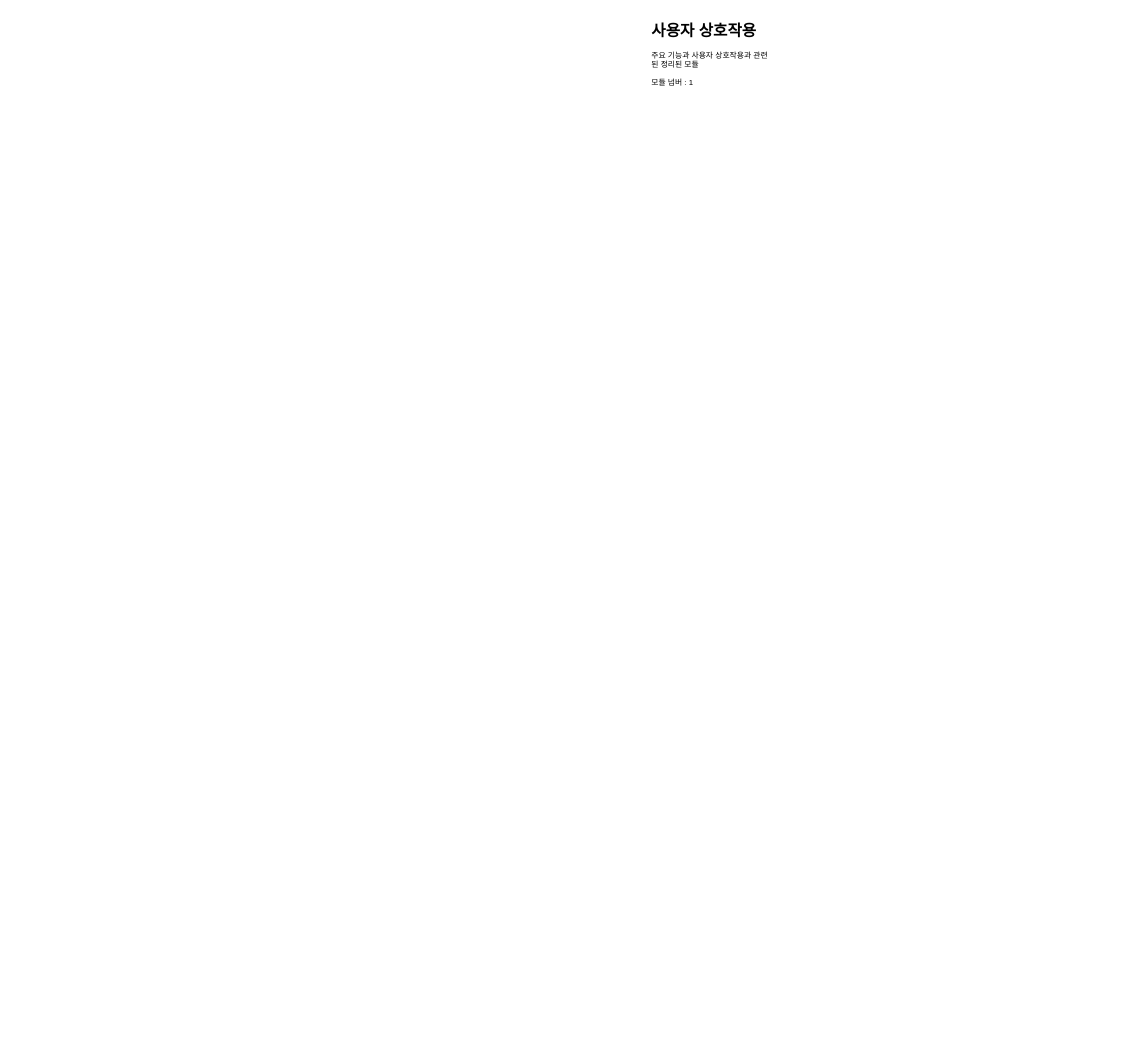
Before: 제목 없는 다이어그램.drawio in arisia-layla/1221, a draw.io diagram. Source tidied: cells renumbered, new cells numbered last; positions are measured from the earlier drawing's top-left corner, leaving out a move shared by most shapes. Both pictures are drawn from the tidied source at 65%, with x=0, y=0 at pixel (648, 18).
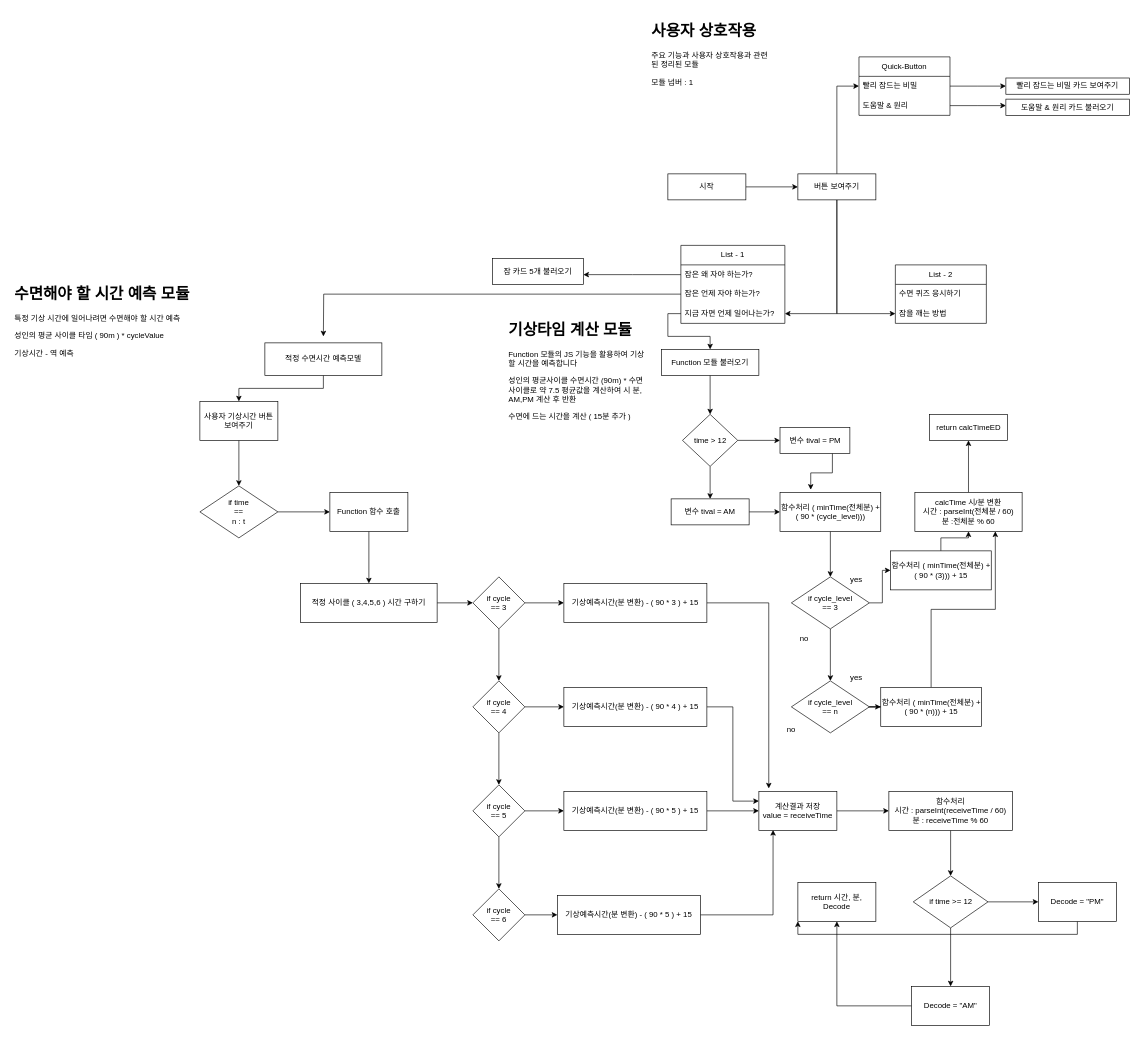
After the change.

Commit message (it also covers changes not shown here):
제목 없는 다이어그램.drawio 업데이트

The edit, as a diff of the source:
```diff
@@
+    <mxCell id="3" style="edgeStyle=orthogonalEdgeStyle;rounded=0;jettySize=auto;html=1;" parent="1" edge="1" source="4" target="22">
+      <mxGeometry relative="1" as="geometry" />
+    </mxCell>
+    <mxCell id="4" value="시작" style="rounded=0;whiteSpace=wrap;html=1;" parent="1" vertex="1">
+      <mxGeometry x="30" y="240" width="120" height="40" as="geometry" />
+    </mxCell>
+    <mxCell id="5" value="List - 1" style="swimlane;fontStyle=0;horizontal=1;startSize=30;whiteSpace=wrap;html=1;" parent="1" vertex="1">
+      <mxGeometry x="50" y="350" width="160" height="120" as="geometry" />
+    </mxCell>
+    <mxCell id="6" style="edgeStyle=orthogonalEdgeStyle;rounded=0;jettySize=auto;html=1;exitX=0;exitY=0.5;exitDx=0;exitDy=0;" parent="5" edge="1" source="7">
+      <mxGeometry relative="1" as="geometry">
+        <mxPoint x="-150" y="45" as="targetPoint" />
+      </mxGeometry>
+    </mxCell>
+    <mxCell id="7" value="잠은 왜 자야 하는가?" style="text;strokeColor=none;fillColor=none;align=left;verticalAlign=middle;spacingLeft=4;spacingRight=4;overflow=hidden;points=[[0,0.5],[1,0.5]];portConstraint=eastwest;whiteSpace=wrap;html=1;" parent="5" vertex="1">
+      <mxGeometry y="30" width="160" height="30" as="geometry" />
+    </mxCell>
+    <mxCell id="8" style="edgeStyle=orthogonalEdgeStyle;rounded=0;jettySize=auto;html=1;exitX=0;exitY=0.5;exitDx=0;exitDy=0;" parent="5" edge="1" source="9">
+      <mxGeometry relative="1" as="geometry">
+        <mxPoint x="-550" y="140" as="targetPoint" />
+      </mxGeometry>
+    </mxCell>
+    <mxCell id="9" value="잠은 언제 자야 하는가?" style="text;strokeColor=none;fillColor=none;align=left;verticalAlign=middle;spacingLeft=4;spacingRight=4;overflow=hidden;points=[[0,0.5],[1,0.5]];portConstraint=eastwest;whiteSpace=wrap;html=1;" parent="5" vertex="1">
+      <mxGeometry y="60" width="160" height="30" as="geometry" />
+    </mxCell>
+    <mxCell id="10" value="지금 자면 언제 일어나는가?" style="text;strokeColor=none;fillColor=none;align=left;verticalAlign=middle;spacingLeft=4;spacingRight=4;overflow=hidden;points=[[0,0.5],[1,0.5]];portConstraint=eastwest;whiteSpace=wrap;html=1;" parent="5" vertex="1">
+      <mxGeometry y="90" width="160" height="30" as="geometry" />
+    </mxCell>
+    <mxCell id="11" value="List - 2" style="swimlane;fontStyle=0;horizontal=1;startSize=30;whiteSpace=wrap;html=1;" parent="1" vertex="1">
+      <mxGeometry x="380" y="380" width="140" height="90" as="geometry" />
+    </mxCell>
+    <mxCell id="12" value="수면 퀴즈 응시하기" style="text;strokeColor=none;fillColor=none;align=left;verticalAlign=middle;spacingLeft=4;spacingRight=4;overflow=hidden;whiteSpace=wrap;html=1;" parent="11" vertex="1">
+      <mxGeometry y="30" width="140" height="30" as="geometry" />
+    </mxCell>
+    <mxCell id="13" value="잠을 깨는 방법" style="text;strokeColor=none;fillColor=none;align=left;verticalAlign=middle;spacingLeft=4;spacingRight=4;overflow=hidden;points=[[0,0.5],[1,0.5]];portConstraint=eastwest;whiteSpace=wrap;html=1;" parent="11" vertex="1">
+      <mxGeometry y="60" width="140" height="30" as="geometry" />
+    </mxCell>
+    <mxCell id="14" value="Quick-Button" style="swimlane;fontStyle=0;horizontal=1;startSize=30;whiteSpace=wrap;html=1;" parent="1" vertex="1">
+      <mxGeometry x="324" y="60" width="140" height="90" as="geometry" />
+    </mxCell>
+    <mxCell id="15" style="edgeStyle=orthogonalEdgeStyle;rounded=0;jettySize=auto;html=1;exitX=1;exitY=0.5;exitDx=0;exitDy=0;" parent="14" edge="1" source="16">
+      <mxGeometry relative="1" as="geometry">
+        <mxPoint x="226" y="45" as="targetPoint" />
+      </mxGeometry>
+    </mxCell>
+    <mxCell id="16" value="빨리 잠드는 비밀" style="text;strokeColor=none;fillColor=none;align=left;verticalAlign=middle;spacingLeft=4;spacingRight=4;overflow=hidden;points=[[0,0.5],[1,0.5]];portConstraint=eastwest;whiteSpace=wrap;html=1;" parent="14" vertex="1">
+      <mxGeometry y="30" width="140" height="30" as="geometry" />
+    </mxCell>
+    <mxCell id="17" style="edgeStyle=orthogonalEdgeStyle;rounded=0;jettySize=auto;html=1;exitX=1;exitY=0.5;exitDx=0;exitDy=0;" parent="14" edge="1" source="18">
+      <mxGeometry relative="1" as="geometry">
+        <mxPoint x="226" y="75" as="targetPoint" />
+      </mxGeometry>
+    </mxCell>
+    <mxCell id="18" value="도움말 &amp;amp; 원리" style="text;strokeColor=none;fillColor=none;align=left;verticalAlign=middle;spacingLeft=4;spacingRight=4;overflow=hidden;points=[[0,0.5],[1,0.5]];portConstraint=eastwest;whiteSpace=wrap;html=1;" parent="14" vertex="1">
+      <mxGeometry y="60" width="140" height="30" as="geometry" />
+    </mxCell>
+    <mxCell id="19" style="edgeStyle=orthogonalEdgeStyle;rounded=0;jettySize=auto;html=1;" parent="1" edge="1" source="22" target="10">
+      <mxGeometry relative="1" as="geometry" />
+    </mxCell>
+    <mxCell id="20" style="edgeStyle=orthogonalEdgeStyle;rounded=0;jettySize=auto;html=1;" parent="1" edge="1" source="22" target="13">
+      <mxGeometry relative="1" as="geometry" />
+    </mxCell>
+    <mxCell id="21" style="edgeStyle=orthogonalEdgeStyle;rounded=0;jettySize=auto;html=1;" parent="1" edge="1" source="22" target="16">
+      <mxGeometry relative="1" as="geometry" />
+    </mxCell>
+    <mxCell id="22" value="버튼 보여주기" style="rounded=0;whiteSpace=wrap;html=1;" parent="1" vertex="1">
+      <mxGeometry x="230" y="240" width="120" height="40" as="geometry" />
+    </mxCell>
+    <mxCell id="23" value="빨리 잠드는 비밀 카드 보여주기" style="rounded=0;whiteSpace=wrap;html=1;" parent="1" vertex="1">
+      <mxGeometry x="550" y="92.5" width="190" height="25" as="geometry" />
+    </mxCell>
+    <mxCell id="24" value="도움말 &amp;amp; 원리 카드 불러오기" style="rounded=0;whiteSpace=wrap;html=1;" parent="1" vertex="1">
+      <mxGeometry x="550" y="125" width="190" height="25" as="geometry" />
+    </mxCell>
+    <mxCell id="25" style="edgeStyle=orthogonalEdgeStyle;rounded=0;jettySize=auto;html=1;" parent="1" edge="1" source="26" target="30">
+      <mxGeometry relative="1" as="geometry" />
+    </mxCell>
+    <mxCell id="26" value="Function 모듈 불러오기" style="rounded=0;whiteSpace=wrap;html=1;" parent="1" vertex="1">
+      <mxGeometry x="20" y="510" width="150" height="40" as="geometry" />
+    </mxCell>
+    <mxCell id="27" style="edgeStyle=orthogonalEdgeStyle;rounded=0;jettySize=auto;html=1;exitX=0;exitY=0.5;exitDx=0;exitDy=0;" parent="1" edge="1" source="10" target="26">
+      <mxGeometry relative="1" as="geometry" />
+    </mxCell>
+    <mxCell id="28" style="edgeStyle=orthogonalEdgeStyle;rounded=0;jettySize=auto;html=1;" parent="1" edge="1" source="30" target="32">
+      <mxGeometry relative="1" as="geometry" />
+    </mxCell>
+    <mxCell id="29" style="edgeStyle=orthogonalEdgeStyle;rounded=0;jettySize=auto;html=1;" parent="1" edge="1" source="30" target="34">
+      <mxGeometry relative="1" as="geometry" />
+    </mxCell>
+    <mxCell id="30" value="time &amp;gt; 12" style="rhombus;whiteSpace=wrap;html=1;rounded=0;" parent="1" vertex="1">
+      <mxGeometry x="52.5" y="610" width="85" height="80" as="geometry" />
+    </mxCell>
+    <mxCell id="31" style="edgeStyle=orthogonalEdgeStyle;rounded=0;jettySize=auto;html=1;exitX=0.75;exitY=1;exitDx=0;exitDy=0;entryX=0.305;entryY=-0.067;entryDx=0;entryDy=0;entryPerimeter=0;" parent="1" edge="1" source="32" target="36">
+      <mxGeometry relative="1" as="geometry" />
+    </mxCell>
+    <mxCell id="32" value="변수 tival = PM" style="whiteSpace=wrap;html=1;rounded=0;" parent="1" vertex="1">
+      <mxGeometry x="202.5" y="630" width="107.5" height="40" as="geometry" />
+    </mxCell>
+    <mxCell id="33" style="edgeStyle=orthogonalEdgeStyle;rounded=0;jettySize=auto;html=1;" parent="1" edge="1" source="34" target="36">
+      <mxGeometry relative="1" as="geometry" />
+    </mxCell>
+    <mxCell id="34" value="변수 tival = AM" style="whiteSpace=wrap;html=1;rounded=0;" parent="1" vertex="1">
+      <mxGeometry x="35" y="740" width="120" height="40" as="geometry" />
+    </mxCell>
+    <mxCell id="35" style="edgeStyle=orthogonalEdgeStyle;rounded=0;jettySize=auto;html=1;" parent="1" edge="1" source="36" target="42">
+      <mxGeometry relative="1" as="geometry" />
+    </mxCell>
+    <mxCell id="36" value="함수처리 ( minTime(전체분) + ( 90 * (cycle_level)))" style="whiteSpace=wrap;html=1;rounded=0;" parent="1" vertex="1">
+      <mxGeometry x="202.5" y="730" width="155" height="60" as="geometry" />
+    </mxCell>
+    <mxCell id="37" style="edgeStyle=orthogonalEdgeStyle;rounded=0;jettySize=auto;html=1;" parent="1" edge="1" source="38" target="39">
+      <mxGeometry relative="1" as="geometry" />
+    </mxCell>
+    <mxCell id="38" value="calcTime 시/분 변환&lt;br&gt;시간 : parseInt(전체분 / 60)&lt;br&gt;분 :전체분 % 60" style="whiteSpace=wrap;html=1;rounded=0;" parent="1" vertex="1">
+      <mxGeometry x="410" y="730" width="165" height="60" as="geometry" />
+    </mxCell>
+    <mxCell id="39" value="return calcTimeED" style="whiteSpace=wrap;html=1;rounded=0;" parent="1" vertex="1">
+      <mxGeometry x="432.5" y="610" width="120" height="40" as="geometry" />
+    </mxCell>
+    <mxCell id="40" style="edgeStyle=orthogonalEdgeStyle;rounded=0;jettySize=auto;html=1;" parent="1" edge="1" source="42" target="44">
+      <mxGeometry relative="1" as="geometry" />
+    </mxCell>
+    <mxCell id="41" style="edgeStyle=orthogonalEdgeStyle;rounded=0;jettySize=auto;html=1;" parent="1" edge="1" source="42" target="46">
+      <mxGeometry relative="1" as="geometry" />
+    </mxCell>
+    <mxCell id="42" value="if cycle_level&lt;br&gt;== 3" style="rhombus;whiteSpace=wrap;html=1;rounded=0;" parent="1" vertex="1">
+      <mxGeometry x="220" y="860" width="120" height="80" as="geometry" />
+    </mxCell>
+    <mxCell id="43" style="edgeStyle=orthogonalEdgeStyle;rounded=0;jettySize=auto;html=1;" parent="1" edge="1" source="44" target="38">
+      <mxGeometry relative="1" as="geometry" />
+    </mxCell>
+    <mxCell id="44" value="함수처리 ( minTime(전체분) + ( 90 * (3))) + 15" style="whiteSpace=wrap;html=1;rounded=0;" parent="1" vertex="1">
+      <mxGeometry x="372.5" y="820" width="155" height="60" as="geometry" />
+    </mxCell>
+    <mxCell id="45" style="edgeStyle=orthogonalEdgeStyle;rounded=0;jettySize=auto;html=1;" parent="1" edge="1" source="46" target="48">
+      <mxGeometry relative="1" as="geometry" />
+    </mxCell>
+    <mxCell id="46" value="if cycle_level&lt;br&gt;== n" style="rhombus;whiteSpace=wrap;html=1;rounded=0;" parent="1" vertex="1">
+      <mxGeometry x="220" y="1020" width="120" height="80" as="geometry" />
+    </mxCell>
+    <mxCell id="47" style="edgeStyle=orthogonalEdgeStyle;rounded=0;jettySize=auto;html=1;exitX=0.5;exitY=0;exitDx=0;exitDy=0;entryX=0.75;entryY=1;entryDx=0;entryDy=0;" parent="1" edge="1" source="48" target="38">
+      <mxGeometry relative="1" as="geometry" />
+    </mxCell>
+    <mxCell id="48" value="함수처리 ( minTime(전체분) + ( 90 * (n))) + 15" style="whiteSpace=wrap;html=1;rounded=0;" parent="1" vertex="1">
+      <mxGeometry x="357.5" y="1030" width="155" height="60" as="geometry" />
+    </mxCell>
+    <mxCell id="49" value="&lt;h1&gt;기상타임 계산 모듈&lt;/h1&gt;&lt;p&gt;Function 모듈의 JS 기능을 활용하여 기상할 시간을 예측합니다&lt;/p&gt;&lt;p&gt;성인의 평균사이클 수면시간 (90m) * 수면 사이클로 약 7.5 평균값을 계산하여 시 분, AM,PM 계산 후 반환&lt;/p&gt;&lt;p&gt;수면에 드는 시간을 계산 ( 15분 추가 )&lt;/p&gt;" style="text;html=1;strokeColor=none;fillColor=none;spacing=5;spacingTop=-20;whiteSpace=wrap;overflow=hidden;rounded=0;" parent="1" vertex="1">
+      <mxGeometry x="-220" y="460" width="220" height="160" as="geometry" />
+    </mxCell>
+    <mxCell id="50" value="잠 카드 5개 불러오기" style="rounded=0;whiteSpace=wrap;html=1;" parent="1" vertex="1">
+      <mxGeometry x="-240" y="370" width="140" height="40" as="geometry" />
+    </mxCell>
+    <mxCell id="51" style="edgeStyle=orthogonalEdgeStyle;rounded=0;jettySize=auto;html=1;" parent="1" edge="1" source="52" target="54">
+      <mxGeometry relative="1" as="geometry" />
+    </mxCell>
+    <mxCell id="52" value="적정 수면시간 예측모델" style="rounded=0;whiteSpace=wrap;html=1;" parent="1" vertex="1">
+      <mxGeometry x="-590" y="500" width="180" height="50" as="geometry" />
+    </mxCell>
+    <mxCell id="53" style="edgeStyle=orthogonalEdgeStyle;rounded=0;jettySize=auto;html=1;" parent="1" edge="1" source="54" target="56">
+      <mxGeometry relative="1" as="geometry" />
+    </mxCell>
+    <mxCell id="54" value="사용자 기상시간 버튼 보여주기" style="rounded=0;whiteSpace=wrap;html=1;" parent="1" vertex="1">
+      <mxGeometry x="-690" y="590" width="120" height="60" as="geometry" />
+    </mxCell>
+    <mxCell id="55" style="edgeStyle=orthogonalEdgeStyle;rounded=0;jettySize=auto;html=1;" parent="1" edge="1" source="56" target="62">
+      <mxGeometry relative="1" as="geometry" />
+    </mxCell>
+    <mxCell id="56" value="if time&lt;br&gt;==&lt;br&gt;n : t" style="rhombus;whiteSpace=wrap;html=1;rounded=0;" parent="1" vertex="1">
+      <mxGeometry x="-690" y="720" width="120" height="80" as="geometry" />
+    </mxCell>
+    <mxCell id="57" value="yes" style="text;html=1;strokeColor=none;fillColor=none;align=center;verticalAlign=middle;whiteSpace=wrap;rounded=0;" parent="1" vertex="1">
+      <mxGeometry x="290" y="850" width="60" height="30" as="geometry" />
+    </mxCell>
+    <mxCell id="58" value="no" style="text;html=1;strokeColor=none;fillColor=none;align=center;verticalAlign=middle;whiteSpace=wrap;rounded=0;" parent="1" vertex="1">
+      <mxGeometry x="210" y="940" width="60" height="30" as="geometry" />
+    </mxCell>
+    <mxCell id="59" value="yes" style="text;html=1;strokeColor=none;fillColor=none;align=center;verticalAlign=middle;whiteSpace=wrap;rounded=0;" parent="1" vertex="1">
+      <mxGeometry x="290" y="1000" width="60" height="30" as="geometry" />
+    </mxCell>
+    <mxCell id="60" value="no" style="text;html=1;strokeColor=none;fillColor=none;align=center;verticalAlign=middle;whiteSpace=wrap;rounded=0;" parent="1" vertex="1">
+      <mxGeometry x="190" y="1080" width="60" height="30" as="geometry" />
+    </mxCell>
+    <mxCell id="61" style="edgeStyle=orthogonalEdgeStyle;rounded=0;jettySize=auto;html=1;" parent="1" edge="1" source="62" target="64">
+      <mxGeometry relative="1" as="geometry" />
+    </mxCell>
+    <mxCell id="62" value="Function 함수 호출" style="whiteSpace=wrap;html=1;rounded=0;" parent="1" vertex="1">
+      <mxGeometry x="-490" y="730" width="120" height="60" as="geometry" />
+    </mxCell>
+    <mxCell id="63" style="edgeStyle=orthogonalEdgeStyle;rounded=0;jettySize=auto;html=1;" parent="1" edge="1" source="64" target="67">
+      <mxGeometry relative="1" as="geometry" />
+    </mxCell>
+    <mxCell id="64" value="적정 사이클 ( 3,4,5,6 ) 시간 구하기" style="whiteSpace=wrap;html=1;rounded=0;" parent="1" vertex="1">
+      <mxGeometry x="-535" y="870" width="210" height="60" as="geometry" />
+    </mxCell>
+    <mxCell id="65" style="edgeStyle=orthogonalEdgeStyle;rounded=0;jettySize=auto;html=1;" parent="1" edge="1" source="67" target="70">
+      <mxGeometry relative="1" as="geometry" />
+    </mxCell>
+    <mxCell id="66" style="edgeStyle=orthogonalEdgeStyle;rounded=0;jettySize=auto;html=1;" parent="1" edge="1" source="67" target="77">
+      <mxGeometry relative="1" as="geometry" />
+    </mxCell>
+    <mxCell id="67" value="if cycle&lt;br&gt;== 3" style="rhombus;whiteSpace=wrap;html=1;rounded=0;" parent="1" vertex="1">
+      <mxGeometry x="-270" y="860" width="80" height="80" as="geometry" />
+    </mxCell>
+    <mxCell id="68" style="edgeStyle=orthogonalEdgeStyle;rounded=0;jettySize=auto;html=1;" parent="1" edge="1" source="70" target="73">
+      <mxGeometry relative="1" as="geometry" />
+    </mxCell>
+    <mxCell id="69" style="edgeStyle=orthogonalEdgeStyle;rounded=0;jettySize=auto;html=1;" parent="1" edge="1" source="70" target="79">
+      <mxGeometry relative="1" as="geometry" />
+    </mxCell>
+    <mxCell id="70" value="if cycle&lt;br&gt;== 4" style="rhombus;whiteSpace=wrap;html=1;rounded=0;" parent="1" vertex="1">
+      <mxGeometry x="-270" y="1020" width="80" height="80" as="geometry" />
+    </mxCell>
+    <mxCell id="71" style="edgeStyle=orthogonalEdgeStyle;rounded=0;jettySize=auto;html=1;" parent="1" edge="1" source="73" target="75">
+      <mxGeometry relative="1" as="geometry" />
+    </mxCell>
+    <mxCell id="72" style="edgeStyle=orthogonalEdgeStyle;rounded=0;jettySize=auto;html=1;" parent="1" edge="1" source="73" target="81">
+      <mxGeometry relative="1" as="geometry" />
+    </mxCell>
+    <mxCell id="73" value="if cycle&lt;br&gt;== 5" style="rhombus;whiteSpace=wrap;html=1;rounded=0;" parent="1" vertex="1">
+      <mxGeometry x="-270" y="1180" width="80" height="80" as="geometry" />
+    </mxCell>
+    <mxCell id="74" style="edgeStyle=orthogonalEdgeStyle;rounded=0;jettySize=auto;html=1;" parent="1" edge="1" source="75" target="83">
+      <mxGeometry relative="1" as="geometry" />
+    </mxCell>
+    <mxCell id="75" value="if cycle&lt;br&gt;== 6" style="rhombus;whiteSpace=wrap;html=1;rounded=0;" parent="1" vertex="1">
+      <mxGeometry x="-270" y="1340" width="80" height="80" as="geometry" />
+    </mxCell>
+    <mxCell id="76" style="edgeStyle=orthogonalEdgeStyle;rounded=0;jettySize=auto;html=1;exitX=1;exitY=0.5;exitDx=0;exitDy=0;entryX=0.127;entryY=-0.076;entryDx=0;entryDy=0;entryPerimeter=0;" parent="1" edge="1" source="77" target="85">
+      <mxGeometry relative="1" as="geometry" />
+    </mxCell>
+    <mxCell id="77" value="기상예측시간(분 변환) - ( 90 * 3 ) + 15" style="whiteSpace=wrap;html=1;rounded=0;" parent="1" vertex="1">
+      <mxGeometry x="-130" y="870" width="220" height="60" as="geometry" />
+    </mxCell>
+    <mxCell id="78" style="edgeStyle=orthogonalEdgeStyle;rounded=0;jettySize=auto;html=1;exitX=1;exitY=0.5;exitDx=0;exitDy=0;entryX=0;entryY=0.25;entryDx=0;entryDy=0;" parent="1" edge="1" source="79" target="85">
+      <mxGeometry relative="1" as="geometry" />
+    </mxCell>
+    <mxCell id="79" value="기상예측시간(분 변환) - ( 90 * 4 ) + 15" style="whiteSpace=wrap;html=1;rounded=0;" parent="1" vertex="1">
+      <mxGeometry x="-130" y="1030" width="220" height="60" as="geometry" />
+    </mxCell>
+    <mxCell id="80" style="edgeStyle=orthogonalEdgeStyle;rounded=0;jettySize=auto;html=1;exitX=1;exitY=0.5;exitDx=0;exitDy=0;" parent="1" edge="1" source="81" target="85">
+      <mxGeometry relative="1" as="geometry" />
+    </mxCell>
+    <mxCell id="81" value="기상예측시간(분 변환) - ( 90 * 5 ) + 15" style="whiteSpace=wrap;html=1;rounded=0;" parent="1" vertex="1">
+      <mxGeometry x="-130" y="1190" width="220" height="60" as="geometry" />
+    </mxCell>
+    <mxCell id="82" style="edgeStyle=orthogonalEdgeStyle;rounded=0;jettySize=auto;html=1;exitX=1;exitY=0.5;exitDx=0;exitDy=0;entryX=0.182;entryY=0.99;entryDx=0;entryDy=0;entryPerimeter=0;" parent="1" edge="1" source="83" target="85">
+      <mxGeometry relative="1" as="geometry" />
+    </mxCell>
+    <mxCell id="83" value="기상예측시간(분 변환) - ( 90 * 5 ) + 15" style="whiteSpace=wrap;html=1;rounded=0;" parent="1" vertex="1">
+      <mxGeometry x="-140" y="1350" width="220" height="60" as="geometry" />
+    </mxCell>
+    <mxCell id="84" style="edgeStyle=orthogonalEdgeStyle;rounded=0;jettySize=auto;html=1;" parent="1" edge="1" source="85" target="87">
+      <mxGeometry relative="1" as="geometry" />
+    </mxCell>
+    <mxCell id="85" value="계산결과 저장&lt;br&gt;value = receiveTime" style="rounded=0;whiteSpace=wrap;html=1;" parent="1" vertex="1">
+      <mxGeometry x="170" y="1190" width="120" height="60" as="geometry" />
+    </mxCell>
+    <mxCell id="86" style="edgeStyle=orthogonalEdgeStyle;rounded=0;jettySize=auto;html=1;" parent="1" edge="1" source="87" target="92">
+      <mxGeometry relative="1" as="geometry" />
+    </mxCell>
+    <mxCell id="87" value="함수처리&lt;br&gt;시간 : parseInt(receiveTime / 60)&lt;br&gt;분 : receiveTime % 60" style="whiteSpace=wrap;html=1;rounded=0;" parent="1" vertex="1">
+      <mxGeometry x="370" y="1190" width="190" height="60" as="geometry" />
+    </mxCell>
+    <mxCell id="88" value="return 시간, 분, Decode" style="whiteSpace=wrap;html=1;rounded=0;" parent="1" vertex="1">
+      <mxGeometry x="230" y="1330" width="120" height="60" as="geometry" />
+    </mxCell>
+    <mxCell id="89" value="&lt;h1&gt;수면해야 할 시간 예측 모듈&lt;/h1&gt;&lt;p&gt;특정 기상 시간에 일어나려면 수면해야 할 시간 예측&lt;/p&gt;&lt;p&gt;성인의 평균 사이클 타임 ( 90m ) * cycleValue&lt;/p&gt;&lt;p&gt;기상시간 - 역 예측&amp;nbsp;&lt;/p&gt;" style="text;html=1;strokeColor=none;fillColor=none;spacing=5;spacingTop=-20;whiteSpace=wrap;overflow=hidden;rounded=0;" parent="1" vertex="1">
+      <mxGeometry x="-980" y="405" width="310" height="135" as="geometry" />
+    </mxCell>
+    <mxCell id="90" style="edgeStyle=orthogonalEdgeStyle;rounded=0;jettySize=auto;html=1;" parent="1" edge="1" source="92" target="94">
+      <mxGeometry relative="1" as="geometry" />
+    </mxCell>
+    <mxCell id="91" style="edgeStyle=orthogonalEdgeStyle;rounded=0;jettySize=auto;html=1;" parent="1" edge="1" source="92" target="96">
+      <mxGeometry relative="1" as="geometry" />
+    </mxCell>
+    <mxCell id="92" value="if time &amp;gt;= 12" style="rhombus;whiteSpace=wrap;html=1;rounded=0;" parent="1" vertex="1">
+      <mxGeometry x="407.5" y="1320" width="115" height="80" as="geometry" />
+    </mxCell>
+    <mxCell id="93" style="edgeStyle=orthogonalEdgeStyle;rounded=0;jettySize=auto;html=1;exitX=0.5;exitY=1;exitDx=0;exitDy=0;entryX=0;entryY=1;entryDx=0;entryDy=0;" parent="1" edge="1" source="94" target="88">
+      <mxGeometry relative="1" as="geometry" />
+    </mxCell>
+    <mxCell id="94" value="Decode = &quot;PM&quot;" style="whiteSpace=wrap;html=1;rounded=0;" parent="1" vertex="1">
+      <mxGeometry x="600" y="1330" width="120" height="60" as="geometry" />
+    </mxCell>
+    <mxCell id="95" style="edgeStyle=orthogonalEdgeStyle;rounded=0;jettySize=auto;html=1;exitX=0;exitY=0.5;exitDx=0;exitDy=0;" parent="1" edge="1" source="96" target="88">
+      <mxGeometry relative="1" as="geometry" />
+    </mxCell>
+    <mxCell id="96" value="Decode = &quot;AM&quot;" style="whiteSpace=wrap;html=1;rounded=0;" parent="1" vertex="1">
+      <mxGeometry x="405" y="1490" width="120" height="60" as="geometry" />
+    </mxCell>
```
